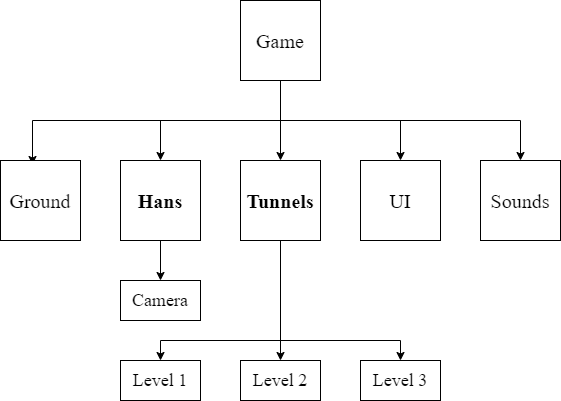
Above: Thesis/img/game_tree.png in AdilovicUna/Space-run-AI (draw.io), before the change. Source tidied: cells renumbered, new cells last; positions are measured from the earlier drawing's top-left corner, leaving out a move shared by most shapes.
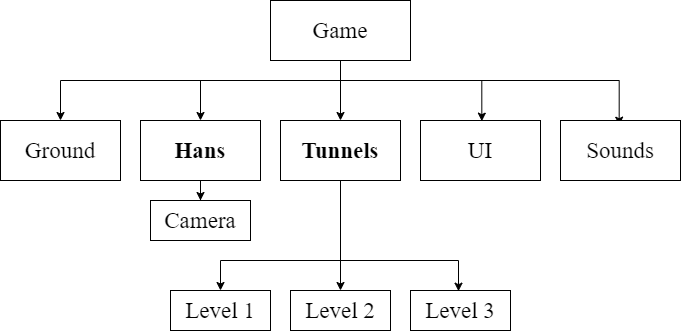
The same diagram one commit later.

The edit, as a diff of the source:
```diff
@@ -2,92 +2,116 @@
   <root>
     <mxCell id="0" />
     <mxCell id="1" parent="0" />
+    <mxCell id="4" style="edgeStyle=orthogonalEdgeStyle;rounded=0;orthogonalLoop=1;jettySize=auto;html=1;entryX=0.5;entryY=0;entryDx=0;entryDy=0;fontFamily=Times New Roman;fontSize=20;" parent="1" edge="1">
+      <mxGeometry relative="1" as="geometry">
+        <mxPoint x="280" y="80" as="sourcePoint" />
+      </mxGeometry>
+    </mxCell>
+    <mxCell id="5" style="edgeStyle=orthogonalEdgeStyle;rounded=0;orthogonalLoop=1;jettySize=auto;html=1;entryX=0.5;entryY=0;entryDx=0;entryDy=0;fontFamily=Times New Roman;fontSize=20;" parent="1" edge="1">
+      <mxGeometry relative="1" as="geometry">
+        <mxPoint x="280" y="80" as="sourcePoint" />
+        <Array as="points">
+          <mxPoint x="280" y="120" />
+          <mxPoint x="400" y="120" />
+        </Array>
+      </mxGeometry>
+    </mxCell>
+    <mxCell id="9" style="edgeStyle=orthogonalEdgeStyle;rounded=0;orthogonalLoop=1;jettySize=auto;html=1;fontFamily=Times New Roman;fontSize=14;" parent="1" edge="1">
+      <mxGeometry relative="1" as="geometry">
+        <mxPoint x="160" y="240" as="sourcePoint" />
+      </mxGeometry>
+    </mxCell>
+    <mxCell id="12" style="edgeStyle=orthogonalEdgeStyle;rounded=0;orthogonalLoop=1;jettySize=auto;html=1;fontFamily=Times New Roman;fontSize=14;" parent="1" edge="1">
+      <mxGeometry relative="1" as="geometry">
+        <mxPoint x="280" y="240" as="sourcePoint" />
+      </mxGeometry>
+    </mxCell>
-    <mxCell id="2" style="edgeStyle=orthogonalEdgeStyle;rounded=0;jettySize=auto;html=1;exitX=0.5;exitY=1;exitDx=0;exitDy=0;entryX=0.4;entryY=0.05;entryDx=0;entryDy=0;entryPerimeter=0;fontFamily=Times New Roman;fontSize=20;" parent="1" edge="1" source="7" target="8">
-      <mxGeometry x="0.06" y="20" relative="1" as="geometry">
+    <mxCell id="2" style="edgeStyle=orthogonalEdgeStyle;rounded=0;jettySize=auto;html=1;" parent="1" edge="1" source="7" target="8">
+      <mxGeometry relative="1" as="geometry">
         <Array as="points">
-          <mxPoint x="280" y="120" />
-          <mxPoint x="32" y="120" />
+          <mxPoint x="465" y="20" />
+          <mxPoint x="185" y="20" />
         </Array>
       </mxGeometry>
     </mxCell>
-    <mxCell id="3" style="edgeStyle=orthogonalEdgeStyle;rounded=0;jettySize=auto;html=1;entryX=0.5;entryY=0;entryDx=0;entryDy=0;fontFamily=Times New Roman;fontSize=20;" parent="1" edge="1" source="7" target="10">
+    <mxCell id="3" style="edgeStyle=orthogonalEdgeStyle;rounded=0;jettySize=auto;html=1;" parent="1" edge="1" source="7" target="10">
       <mxGeometry relative="1" as="geometry">
         <Array as="points">
-          <mxPoint x="280" y="120" />
-          <mxPoint x="160" y="120" />
+          <mxPoint x="465" y="20" />
+          <mxPoint x="325" y="20" />
         </Array>
       </mxGeometry>
     </mxCell>
-    <mxCell id="4" style="edgeStyle=orthogonalEdgeStyle;rounded=0;jettySize=auto;html=1;entryX=0.5;entryY=0;entryDx=0;entryDy=0;fontFamily=Times New Roman;fontSize=20;" parent="1" edge="1" source="7" target="14">
-      <mxGeometry relative="1" as="geometry" />
-    </mxCell>
-    <mxCell id="5" style="edgeStyle=orthogonalEdgeStyle;rounded=0;jettySize=auto;html=1;entryX=0.5;entryY=0;entryDx=0;entryDy=0;fontFamily=Times New Roman;fontSize=20;" parent="1" edge="1" source="7" target="15">
-      <mxGeometry relative="1" as="geometry">
-        <Array as="points">
-          <mxPoint x="280" y="120" />
-          <mxPoint x="400" y="120" />
-        </Array>
-      </mxGeometry>
-    </mxCell>
+    <mxCell id="21" style="edgeStyle=orthogonalEdgeStyle;rounded=0;jettySize=auto;html=1;" parent="1" edge="1" source="7" target="14">
+      <mxGeometry relative="1" as="geometry" />
+    </mxCell>
+    <mxCell id="22" style="edgeStyle=orthogonalEdgeStyle;rounded=0;jettySize=auto;html=1;entryX=0.511;entryY=0.011;entryDx=0;entryDy=0;entryPerimeter=0;" parent="1" edge="1" source="7" target="15">
+      <mxGeometry relative="1" as="geometry">
+        <Array as="points">
+          <mxPoint x="465" y="20" />
+          <mxPoint x="606" y="20" />
+        </Array>
+      </mxGeometry>
+    </mxCell>
-    <mxCell id="6" style="edgeStyle=orthogonalEdgeStyle;rounded=0;jettySize=auto;html=1;entryX=0.5;entryY=0;entryDx=0;entryDy=0;fontFamily=Times New Roman;fontSize=20;" parent="1" edge="1" source="7" target="16">
+    <mxCell id="6" style="edgeStyle=orthogonalEdgeStyle;rounded=0;jettySize=auto;html=1;entryX=0.489;entryY=0.078;entryDx=0;entryDy=0;entryPerimeter=0;" parent="1" edge="1" source="7" target="16">
       <mxGeometry relative="1" as="geometry">
         <Array as="points">
-          <mxPoint x="280" y="120" />
-          <mxPoint x="520" y="120" />
+          <mxPoint x="465" y="20" />
+          <mxPoint x="744" y="20" />
         </Array>
       </mxGeometry>
     </mxCell>
-    <mxCell id="7" value="Game" style="whiteSpace=wrap;html=1;fontFamily=Times New Roman;fontStyle=0;fontSize=20;" parent="1" vertex="1">
-      <mxGeometry x="240" width="80" height="80" as="geometry" />
+    <mxCell id="7" value="&lt;font style=&quot;font-size: 23px;&quot;&gt;Game&lt;/font&gt;" style="rounded=0;whiteSpace=wrap;html=1;fontFamily=Times New Roman;fontSize=23;labelBorderColor=none;" parent="1" vertex="1">
+      <mxGeometry x="395" y="-60" width="140" height="60" as="geometry" />
     </mxCell>
-    <mxCell id="8" value="Ground" style="whiteSpace=wrap;html=1;fontFamily=Times New Roman;fontStyle=0;fontSize=20;" parent="1" vertex="1">
-      <mxGeometry y="160" width="80" height="80" as="geometry" />
+    <mxCell id="8" value="&lt;font style=&quot;font-size: 23px;&quot;&gt;Ground&lt;br style=&quot;font-size: 23px;&quot;&gt;&lt;/font&gt;" style="rounded=0;whiteSpace=wrap;html=1;fontFamily=Times New Roman;fontSize=23;labelBorderColor=none;" parent="1" vertex="1">
+      <mxGeometry x="125" y="60" width="120" height="60" as="geometry" />
     </mxCell>
-    <mxCell id="9" style="edgeStyle=orthogonalEdgeStyle;rounded=0;jettySize=auto;html=1;fontFamily=Times New Roman;fontSize=14;" parent="1" edge="1" source="10" target="17">
-      <mxGeometry relative="1" as="geometry" />
-    </mxCell>
+    <mxCell id="23" style="edgeStyle=orthogonalEdgeStyle;rounded=0;jettySize=auto;html=1;" parent="1" edge="1" source="10" target="17">
+      <mxGeometry relative="1" as="geometry" />
+    </mxCell>
-    <mxCell id="10" value="Hans" style="whiteSpace=wrap;html=1;fontFamily=Times New Roman;fontStyle=1;fontSize=20;" parent="1" vertex="1">
-      <mxGeometry x="120" y="160" width="80" height="80" as="geometry" />
+    <mxCell id="10" value="&lt;font style=&quot;font-size: 23px;&quot;&gt;Hans&lt;br style=&quot;font-size: 23px;&quot;&gt;&lt;/font&gt;" style="rounded=0;whiteSpace=wrap;html=1;fontStyle=1;fontFamily=Times New Roman;fontSize=23;labelBorderColor=none;" parent="1" vertex="1">
+      <mxGeometry x="265" y="60" width="120" height="60" as="geometry" />
     </mxCell>
+    <mxCell id="24" style="edgeStyle=orthogonalEdgeStyle;rounded=0;jettySize=auto;html=1;" parent="1" edge="1" source="14" target="18">
+      <mxGeometry relative="1" as="geometry" />
+    </mxCell>
-    <mxCell id="11" style="edgeStyle=orthogonalEdgeStyle;rounded=0;jettySize=auto;html=1;entryX=0.5;entryY=0;entryDx=0;entryDy=0;fontFamily=Times New Roman;fontSize=14;" parent="1" edge="1" source="14" target="19">
+    <mxCell id="11" style="edgeStyle=orthogonalEdgeStyle;rounded=0;jettySize=auto;html=1;" parent="1" edge="1" source="14" target="19">
       <mxGeometry relative="1" as="geometry">
         <Array as="points">
-          <mxPoint x="280" y="340" />
-          <mxPoint x="160" y="340" />
+          <mxPoint x="465" y="200" />
+          <mxPoint x="345" y="200" />
         </Array>
       </mxGeometry>
     </mxCell>
-    <mxCell id="12" style="edgeStyle=orthogonalEdgeStyle;rounded=0;jettySize=auto;html=1;fontFamily=Times New Roman;fontSize=14;" parent="1" edge="1" source="14" target="18">
-      <mxGeometry relative="1" as="geometry" />
-    </mxCell>
-    <mxCell id="13" style="edgeStyle=orthogonalEdgeStyle;rounded=0;jettySize=auto;html=1;fontFamily=Times New Roman;fontSize=14;" parent="1" edge="1" source="14" target="20">
+    <mxCell id="13" style="edgeStyle=orthogonalEdgeStyle;rounded=0;jettySize=auto;html=1;entryX=0.48;entryY=0.017;entryDx=0;entryDy=0;entryPerimeter=0;" parent="1" edge="1" source="14" target="20">
       <mxGeometry relative="1" as="geometry">
         <Array as="points">
-          <mxPoint x="280" y="340" />
-          <mxPoint x="400" y="340" />
+          <mxPoint x="465" y="200" />
+          <mxPoint x="583" y="200" />
         </Array>
       </mxGeometry>
     </mxCell>
-    <mxCell id="14" value="Tunnels" style="whiteSpace=wrap;html=1;fontFamily=Times New Roman;fontStyle=1;fontSize=20;" parent="1" vertex="1">
-      <mxGeometry x="240" y="160" width="80" height="80" as="geometry" />
+    <mxCell id="14" value="&lt;font style=&quot;font-size: 23px;&quot;&gt;Tunnels&lt;br style=&quot;font-size: 23px;&quot;&gt;&lt;/font&gt;" style="rounded=0;whiteSpace=wrap;html=1;fontStyle=1;fontFamily=Times New Roman;fontSize=23;labelBorderColor=none;" parent="1" vertex="1">
+      <mxGeometry x="405" y="60" width="120" height="60" as="geometry" />
     </mxCell>
-    <mxCell id="15" value="UI" style="whiteSpace=wrap;html=1;fontFamily=Times New Roman;fontStyle=0;fontSize=20;" parent="1" vertex="1">
-      <mxGeometry x="360" y="160" width="80" height="80" as="geometry" />
+    <mxCell id="15" value="&lt;font style=&quot;font-size: 23px;&quot;&gt;UI&lt;br style=&quot;font-size: 23px;&quot;&gt;&lt;/font&gt;" style="rounded=0;whiteSpace=wrap;html=1;fontFamily=Times New Roman;fontSize=23;labelBorderColor=none;" parent="1" vertex="1">
+      <mxGeometry x="545" y="60" width="120" height="60" as="geometry" />
     </mxCell>
-    <mxCell id="16" value="Sounds" style="whiteSpace=wrap;html=1;fontFamily=Times New Roman;fontStyle=0;fontSize=20;" parent="1" vertex="1">
-      <mxGeometry x="480" y="160" width="80" height="80" as="geometry" />
+    <mxCell id="16" value="&lt;font style=&quot;font-size: 23px;&quot;&gt;Sounds&lt;br style=&quot;font-size: 23px;&quot;&gt;&lt;/font&gt;" style="rounded=0;whiteSpace=wrap;html=1;fontFamily=Times New Roman;fontSize=23;labelBorderColor=none;" parent="1" vertex="1">
+      <mxGeometry x="685" y="60" width="120" height="60" as="geometry" />
     </mxCell>
-    <mxCell id="17" value="Camera" style="rounded=0;whiteSpace=wrap;html=1;fontFamily=Times New Roman;fontSize=18;" parent="1" vertex="1">
-      <mxGeometry x="120" y="280" width="80" height="40" as="geometry" />
+    <mxCell id="17" value="&lt;font style=&quot;font-size: 23px;&quot;&gt;Camera&lt;br style=&quot;font-size: 23px;&quot;&gt;&lt;/font&gt;" style="rounded=0;whiteSpace=wrap;html=1;fontFamily=Times New Roman;fontSize=23;labelBorderColor=none;" parent="1" vertex="1">
+      <mxGeometry x="275" y="140" width="100" height="40" as="geometry" />
     </mxCell>
+    <mxCell id="19" value="&lt;font style=&quot;font-size: 23px;&quot;&gt;Level 1&lt;br style=&quot;font-size: 23px;&quot;&gt;&lt;/font&gt;" style="rounded=0;whiteSpace=wrap;html=1;fontFamily=Times New Roman;fontSize=23;labelBorderColor=none;" parent="1" vertex="1">
+      <mxGeometry x="295" y="230" width="100" height="40" as="geometry" />
+    </mxCell>
-    <mxCell id="18" value="Level 2" style="rounded=0;whiteSpace=wrap;html=1;fontFamily=Times New Roman;fontSize=18;" parent="1" vertex="1">
-      <mxGeometry x="240" y="360" width="80" height="40" as="geometry" />
+    <mxCell id="18" value="&lt;font style=&quot;font-size: 23px;&quot;&gt;Level 2&lt;br style=&quot;font-size: 23px;&quot;&gt;&lt;/font&gt;" style="rounded=0;whiteSpace=wrap;html=1;fontFamily=Times New Roman;fontSize=23;labelBorderColor=none;" parent="1" vertex="1">
+      <mxGeometry x="415" y="230" width="100" height="40" as="geometry" />
     </mxCell>
-    <mxCell id="19" value="Level 1" style="rounded=0;whiteSpace=wrap;html=1;fontFamily=Times New Roman;fontSize=18;" parent="1" vertex="1">
-      <mxGeometry x="120" y="360" width="80" height="40" as="geometry" />
-    </mxCell>
-    <mxCell id="20" value="Level 3" style="rounded=0;whiteSpace=wrap;html=1;fontFamily=Times New Roman;fontSize=18;" parent="1" vertex="1">
-      <mxGeometry x="360" y="360" width="80" height="40" as="geometry" />
+    <mxCell id="20" value="&lt;font style=&quot;font-size: 23px;&quot;&gt;Level 3&lt;br style=&quot;font-size: 23px;&quot;&gt;&lt;/font&gt;" style="rounded=0;whiteSpace=wrap;html=1;fontFamily=Times New Roman;fontSize=23;labelBorderColor=none;" parent="1" vertex="1">
+      <mxGeometry x="535" y="230" width="100" height="40" as="geometry" />
     </mxCell>
   </root>
 </mxGraphModel>
```
